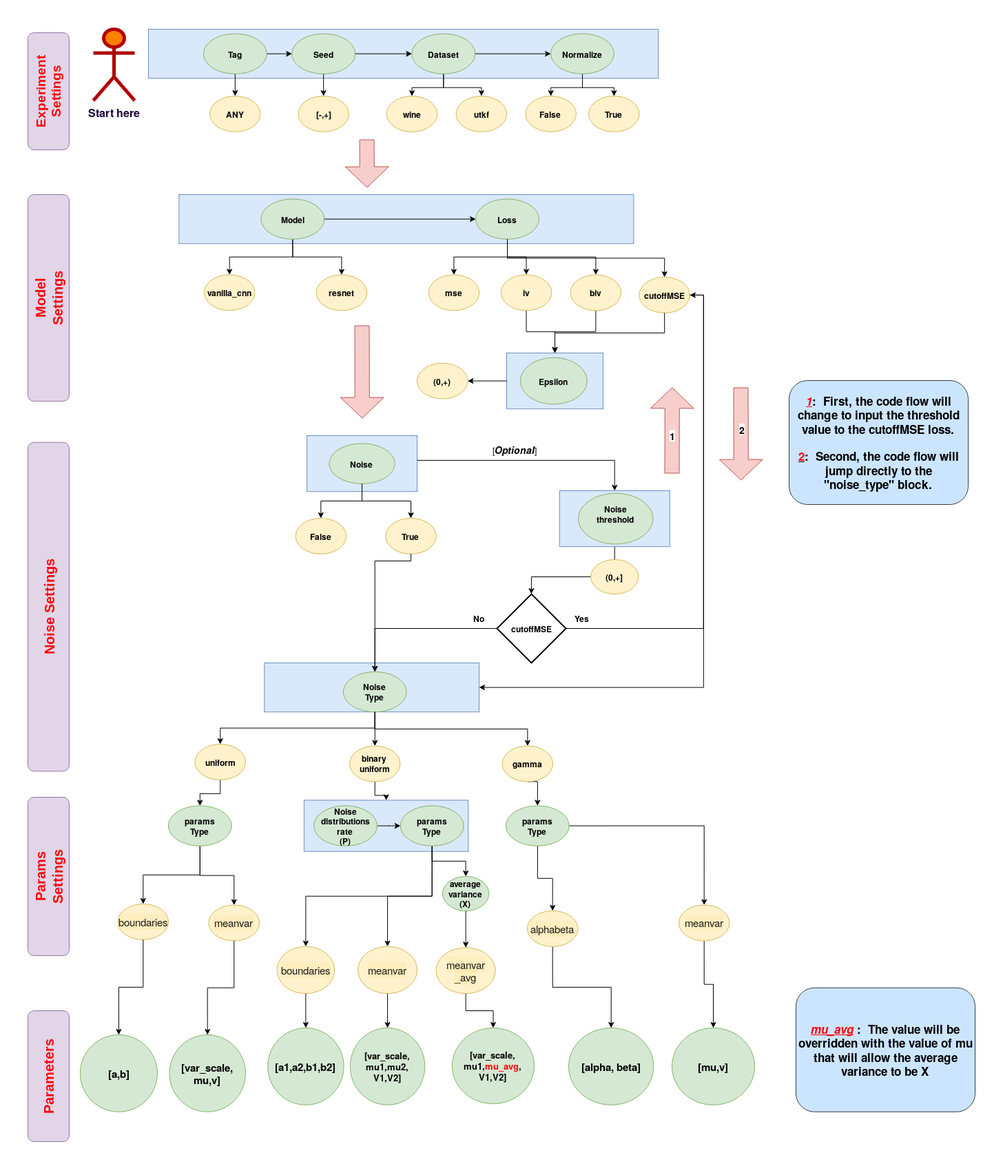
The draw.io diagram media/args.png in montrealrobotics/BIV, before a commit. Source tidied: cells renumbered, new cells last; positions are measured from the earlier drawing's top-left corner, leaving out a move shared by most shapes.
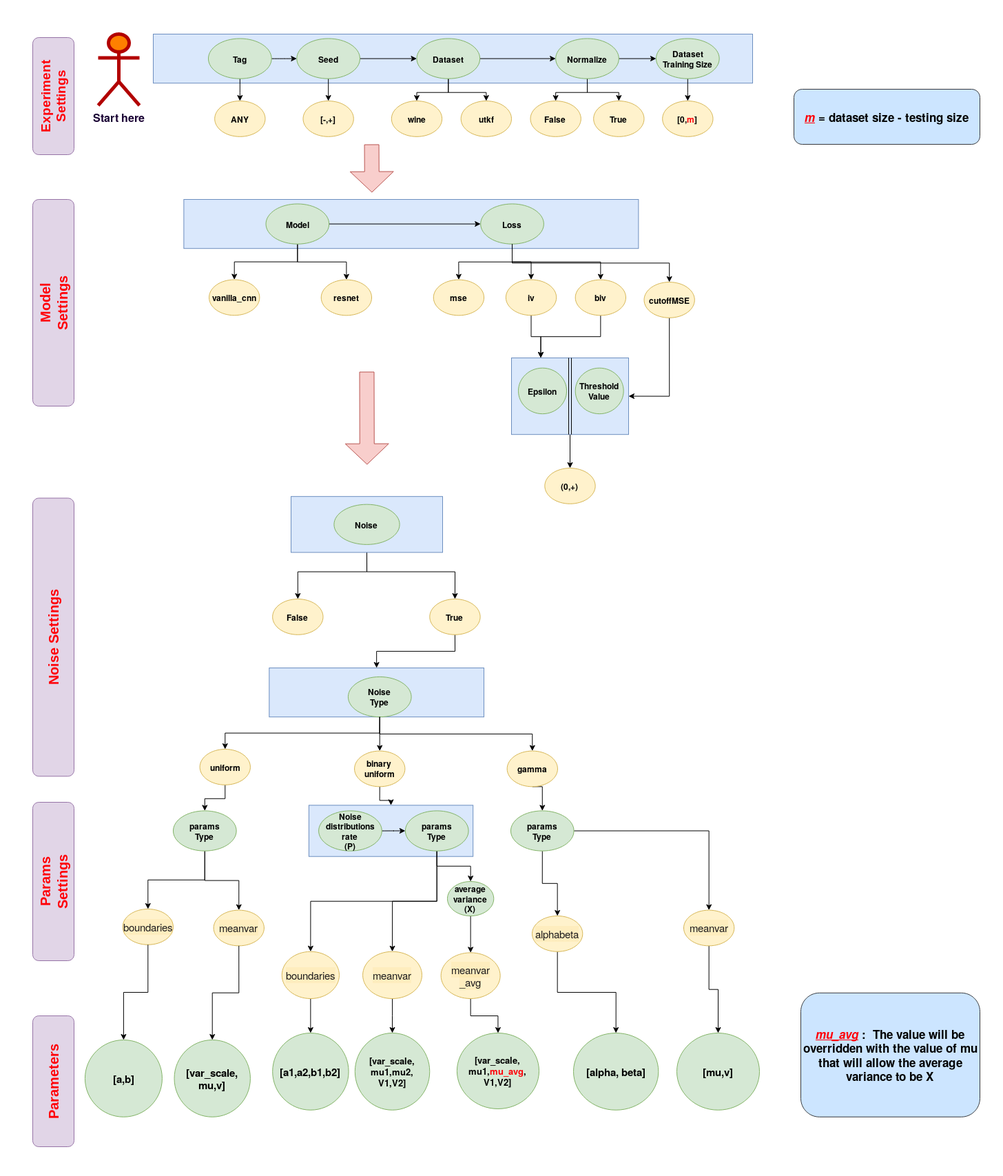
The same diagram one commit later.

Commit message:
code refactoring

Change to the diagram source:
```diff
@@ -11,6 +11,6 @@
     <mxCell id="4" style="group;" parent="2" vertex="1">
-      <mxGeometry x="110" y="6.5" width="800" height="664.7" as="geometry" />
+      <mxGeometry x="110" y="6.5" width="870" height="664.7" as="geometry" />
     </mxCell>
     <mxCell id="5" style="rounded=0;whiteSpace=wrap;html=1;fillColor=#dae8fc;strokeColor=#6c8ebf;" parent="4" vertex="1">
-      <mxGeometry y="-6.5" width="740" height="71.2" as="geometry" />
+      <mxGeometry y="-6.5" width="870" height="71.2" as="geometry" />
     </mxCell>
@@ -52,2 +52,5 @@
     </mxCell>
+    <mxCell id="133" style="edgeStyle=orthogonalEdgeStyle;rounded=0;jettySize=auto;html=1;exitX=1;exitY=0.5;exitDx=0;exitDy=0;entryX=0;entryY=0.5;entryDx=0;entryDy=0;" parent="4" edge="1" source="18" target="138">
+      <mxGeometry relative="1" as="geometry" />
+    </mxCell>
     <mxCell id="18" value="Normalize" style="ellipse;whiteSpace=wrap;html=1;fillColor=#d5e8d4;strokeColor=#82b366;fontStyle=1;" parent="4" vertex="1">
@@ -74,10 +77,7 @@
     <mxCell id="25" style="group;" parent="4" vertex="1">
-      <mxGeometry y="174.7" width="670" height="490" as="geometry" />
+      <mxGeometry y="174.7" width="690" height="490" as="geometry" />
     </mxCell>
     <mxCell id="26" style="group;" parent="25" vertex="1">
-      <mxGeometry width="670" height="490" as="geometry" />
+      <mxGeometry width="690" height="490" as="geometry" />
     </mxCell>
-    <mxCell id="27" style="rounded=0;whiteSpace=wrap;html=1;fillColor=#dae8fc;strokeColor=#6c8ebf;" parent="26" vertex="1">
-      <mxGeometry x="230" y="408.8" width="160" height="81.2" as="geometry" />
-    </mxCell>
     <mxCell id="28" style="rounded=0;whiteSpace=wrap;html=1;fillColor=#dae8fc;strokeColor=#6c8ebf;" parent="26" vertex="1">
@@ -103,3 +103,3 @@
     </mxCell>
-    <mxCell id="35" style="edgeStyle=orthogonalEdgeStyle;rounded=0;jettySize=auto;html=1;exitX=0.5;exitY=1;exitDx=0;exitDy=0;entryX=0.5;entryY=0;entryDx=0;entryDy=0;" parent="26" edge="1" source="36" target="40">
+    <mxCell id="35" style="edgeStyle=orthogonalEdgeStyle;rounded=0;jettySize=auto;html=1;exitX=0.5;exitY=1;exitDx=0;exitDy=0;" parent="26" edge="1" source="36" target="40">
       <mxGeometry relative="1" as="geometry" />
@@ -109,3 +109,3 @@
     </mxCell>
-    <mxCell id="37" style="edgeStyle=orthogonalEdgeStyle;rounded=0;jettySize=auto;html=1;exitX=0.5;exitY=1;exitDx=0;exitDy=0;entryX=0.5;entryY=0;entryDx=0;entryDy=0;" parent="26" edge="1" source="38" target="47">
+    <mxCell id="37" style="edgeStyle=orthogonalEdgeStyle;rounded=0;jettySize=auto;html=1;exitX=0.5;exitY=1;exitDx=0;exitDy=0;entryX=0.25;entryY=0;entryDx=0;entryDy=0;" parent="26" edge="1" source="38" target="47">
       <mxGeometry relative="1" as="geometry" />
@@ -115,3 +115,3 @@
     </mxCell>
-    <mxCell id="39" style="edgeStyle=orthogonalEdgeStyle;rounded=0;jettySize=auto;html=1;exitX=0.5;exitY=1;exitDx=0;exitDy=0;entryX=0.5;entryY=0;entryDx=0;entryDy=0;" parent="26" edge="1" source="40" target="47">
+    <mxCell id="39" style="edgeStyle=orthogonalEdgeStyle;rounded=0;jettySize=auto;html=1;exitX=0.5;exitY=1;exitDx=0;exitDy=0;entryX=0.25;entryY=0;entryDx=0;entryDy=0;" parent="26" edge="1" source="40" target="47">
       <mxGeometry relative="1" as="geometry" />
@@ -132,4 +132,4 @@
       <mxGeometry relative="1" as="geometry">
-        <mxPoint x="310" y="248.8" as="sourcePoint" />
-        <mxPoint x="310.3" y="383.8" as="targetPoint" />
+        <mxPoint x="310" y="308.8" as="sourcePoint" />
+        <mxPoint x="310.3" y="443.8" as="targetPoint" />
       </mxGeometry>
@@ -137,3 +137,3 @@
     <mxCell id="45" value="(0,+)" style="ellipse;whiteSpace=wrap;html=1;fillColor=#fff2cc;strokeColor=#d6b656;fontStyle=1;" parent="26" vertex="1">
-      <mxGeometry x="390" y="303.5" width="73.3" height="51.8" as="geometry" />
+      <mxGeometry x="568.3" y="448.8" width="73.3" height="51.8" as="geometry" />
     </mxCell>
@@ -145,14 +145,20 @@
     </mxCell>
+    <mxCell id="49" style="edgeStyle=orthogonalEdgeStyle;rounded=0;jettySize=auto;html=1;exitX=0.5;exitY=1;exitDx=0;exitDy=0;entryX=0.5;entryY=0;entryDx=0;entryDy=0;" parent="26" edge="1" source="47" target="45">
+      <mxGeometry relative="1" as="geometry" />
+    </mxCell>
     <mxCell id="47" style="rounded=0;whiteSpace=wrap;html=1;fillColor=#dae8fc;strokeColor=#6c8ebf;" parent="26" vertex="1">
-      <mxGeometry x="520" y="288.8" width="140" height="81.2" as="geometry" />
+      <mxGeometry x="520" y="288.8" width="170" height="111.2" as="geometry" />
     </mxCell>
     <mxCell id="48" value="&lt;div&gt;Epsilon&lt;br&gt;&lt;/div&gt;" style="ellipse;whiteSpace=wrap;html=1;fillColor=#d5e8d4;strokeColor=#82b366;fontStyle=1;" parent="26" vertex="1">
-      <mxGeometry x="540" y="295.7" width="96.7" height="67.4" as="geometry" />
+      <mxGeometry x="530" y="303.5" width="70" height="66.5" as="geometry" />
     </mxCell>
-    <mxCell id="49" style="edgeStyle=none;rounded=0;jettySize=auto;html=1;exitX=0;exitY=0.5;exitDx=0;exitDy=0;entryX=1;entryY=0.5;entryDx=0;entryDy=0;" parent="26" edge="1" source="47" target="45">
-      <mxGeometry relative="1" as="geometry" />
-    </mxCell>
-    <mxCell id="50" value="Noise" style="ellipse;whiteSpace=wrap;html=1;fillColor=#d5e8d4;strokeColor=#82b366;fontStyle=1;" parent="26" vertex="1">
-      <mxGeometry x="262.4" y="420.3" width="95.2" height="58.2" as="geometry" />
-    </mxCell>
+    <mxCell id="134" value="Threshold&lt;br&gt;Value" style="ellipse;whiteSpace=wrap;html=1;fillColor=#d5e8d4;strokeColor=#82b366;fontStyle=1;" parent="26" vertex="1">
+      <mxGeometry x="612.7" y="303.5" width="70" height="66.5" as="geometry" />
+    </mxCell>
+    <mxCell id="135" style="shape=link;html=1;entryX=0.5;entryY=0;entryDx=0;entryDy=0;exitX=0.5;exitY=1;exitDx=0;exitDy=0;" parent="26" edge="1" source="47" target="47">
+      <mxGeometry relative="1" as="geometry" />
+    </mxCell>
+    <mxCell id="136" style="edgeStyle=orthogonalEdgeStyle;rounded=0;jettySize=auto;html=1;exitX=0.5;exitY=1;exitDx=0;exitDy=0;entryX=1;entryY=0.5;entryDx=0;entryDy=0;" parent="4" edge="1" source="51" target="47">
+      <mxGeometry relative="1" as="geometry" />
+    </mxCell>
     <mxCell id="51" value="cutoffMSE" style="ellipse;whiteSpace=wrap;html=1;fillColor=#fff2cc;strokeColor=#d6b656;fontStyle=1;" parent="4" vertex="1">
@@ -163,36 +169,17 @@
     </mxCell>
-    <mxCell id="53" style="shape=flexArrow;endArrow=classic;html=1;endWidth=41;endSize=9.62;width=21;fillColor=#f8cecc;strokeColor=#b85450;" parent="4" edge="1">
-      <mxGeometry relative="1" as="geometry">
-        <mxPoint x="760" y="638.5" as="sourcePoint" />
-        <mxPoint x="760.3" y="513.5" as="targetPoint" />
-      </mxGeometry>
-    </mxCell>
-    <mxCell id="54" value="&lt;font style=&quot;font-size: 14px&quot;&gt;&lt;b&gt;1&lt;/b&gt;&lt;/font&gt;" style="edgeLabel;html=1;align=center;verticalAlign=middle;" parent="53" vertex="1">
-      <mxGeometry x="-0.17" y="-3" relative="1" as="geometry">
-        <mxPoint x="-3.1" y="-3" as="offset" />
-      </mxGeometry>
-    </mxCell>
-    <mxCell id="55" style="edgeStyle=orthogonalEdgeStyle;rounded=0;jettySize=auto;html=1;exitX=1;exitY=0.5;exitDx=0;exitDy=0;entryX=0.5;entryY=0;entryDx=0;entryDy=0;" parent="2" edge="1" target="60">
-      <mxGeometry relative="1" as="geometry">
-        <mxPoint x="500" y="625.9" as="sourcePoint" />
-      </mxGeometry>
-    </mxCell>
+    <mxCell id="137" style="edgeStyle=orthogonalEdgeStyle;rounded=0;jettySize=auto;html=1;exitX=0.5;exitY=1;exitDx=0;exitDy=0;" parent="4" edge="1" source="138" target="139">
+      <mxGeometry relative="1" as="geometry" />
+    </mxCell>
+    <mxCell id="138" value="Dataset Training Size" style="ellipse;whiteSpace=wrap;html=1;fillColor=#d5e8d4;strokeColor=#82b366;fontStyle=1;" parent="4" vertex="1">
+      <mxGeometry x="730" width="91.7" height="58.2" as="geometry" />
+    </mxCell>
+    <mxCell id="139" value="[0,&lt;font color=&quot;#FF0008&quot;&gt;m&lt;/font&gt;]" style="ellipse;whiteSpace=wrap;html=1;fillColor=#fff2cc;strokeColor=#d6b656;fontStyle=1;" parent="4" vertex="1">
+      <mxGeometry x="739.2" y="90.6" width="73.3" height="51.8" as="geometry" />
+    </mxCell>
+    <mxCell id="140" style="edgeStyle=orthogonalEdgeStyle;rounded=0;jettySize=auto;html=1;exitX=0.5;exitY=1;exitDx=0;exitDy=0;entryX=0.5;entryY=0;entryDx=0;entryDy=0;" parent="2" edge="1" source="56" target="63">
+      <mxGeometry relative="1" as="geometry" />
+    </mxCell>
     <mxCell id="56" value="True" style="ellipse;whiteSpace=wrap;html=1;fillColor=#fff2cc;strokeColor=#d6b656;fontStyle=1;" parent="2" vertex="1">
-      <mxGeometry x="454.3" y="710" width="73.3" height="51.8" as="geometry" />
+      <mxGeometry x="511.3" y="820" width="73.3" height="51.8" as="geometry" />
     </mxCell>
-    <mxCell id="57" value="False" style="ellipse;whiteSpace=wrap;html=1;fillColor=#fff2cc;strokeColor=#d6b656;fontStyle=1;" parent="2" vertex="1">
-      <mxGeometry x="323.7" y="710" width="73.3" height="51.8" as="geometry" />
-    </mxCell>
-    <mxCell id="58" style="edgeStyle=orthogonalEdgeStyle;rounded=0;jettySize=auto;html=1;exitX=1;exitY=0.5;exitDx=0;exitDy=0;entryX=1;entryY=0.5;entryDx=0;entryDy=0;exitPerimeter=0;" parent="2" edge="1" source="105" target="51">
-      <mxGeometry relative="1" as="geometry" />
-    </mxCell>
-    <mxCell id="59" style="edgeStyle=orthogonalEdgeStyle;rounded=0;jettySize=auto;html=1;exitX=0.5;exitY=1;exitDx=0;exitDy=0;" parent="2" edge="1" source="60" target="108">
-      <mxGeometry relative="1" as="geometry" />
-    </mxCell>
-    <mxCell id="60" style="rounded=0;whiteSpace=wrap;html=1;fillColor=#dae8fc;strokeColor=#6c8ebf;" parent="2" vertex="1">
-      <mxGeometry x="706.7" y="670" width="160" height="81.2" as="geometry" />
-    </mxCell>
-    <mxCell id="61" value="&lt;div&gt;Noise&lt;/div&gt;&lt;div&gt;threshold&lt;/div&gt;&lt;div&gt;&lt;br&gt;&lt;/div&gt;" style="ellipse;whiteSpace=wrap;html=1;fillColor=#d5e8d4;strokeColor=#82b366;fontStyle=1;" parent="2" vertex="1">
-      <mxGeometry x="734" y="673.8" width="108.3" height="73.6" as="geometry" />
-    </mxCell>
     <mxCell id="62" style="group;fontStyle=1;" parent="2" vertex="1">
@@ -203,2 +190,5 @@
     </mxCell>
+    <mxCell id="57" value="False" style="ellipse;whiteSpace=wrap;html=1;fillColor=#fff2cc;strokeColor=#d6b656;fontStyle=1;" parent="62" vertex="1">
+      <mxGeometry x="144.2" y="7.1" width="73.3" height="51.8" as="geometry" />
+    </mxCell>
     <mxCell id="64" style="edgeStyle=orthogonalEdgeStyle;rounded=0;jettySize=auto;html=1;exitX=0.5;exitY=1;exitDx=0;exitDy=0;entryX=0.5;entryY=0;entryDx=0;entryDy=0;" parent="2" edge="1" source="65" target="94">
@@ -323,31 +313,8 @@
     </mxCell>
-    <mxCell id="104" value="[&lt;font style=&quot;font-size: 14px&quot;&gt;&lt;b&gt;&lt;i&gt;&lt;span&gt;Optional&lt;/span&gt;&lt;/i&gt;&lt;/b&gt;&lt;/font&gt;]" style="text;html=1;align=center;verticalAlign=middle;" parent="2" vertex="1">
-      <mxGeometry x="601.3" y="600" width="80" height="20" as="geometry" />
-    </mxCell>
-    <mxCell id="105" value="&lt;b&gt;cutoffMSE&lt;/b&gt;" style="strokeWidth=2;html=1;shape=mxgraph.flowchart.decision;whiteSpace=wrap;" parent="2" vertex="1">
-      <mxGeometry x="615.9" y="820" width="100" height="100" as="geometry" />
-    </mxCell>
-    <mxCell id="106" value="&lt;b&gt;Yes&lt;/b&gt;" style="text;html=1;align=center;verticalAlign=middle;" parent="2" vertex="1">
-      <mxGeometry x="719.2" y="845.3" width="40" height="20" as="geometry" />
-    </mxCell>
-    <mxCell id="107" style="edgeStyle=orthogonalEdgeStyle;rounded=0;jettySize=auto;html=1;exitX=0;exitY=0.5;exitDx=0;exitDy=0;entryX=0.5;entryY=0;entryDx=0;entryDy=0;entryPerimeter=0;" parent="2" edge="1" source="108" target="105">
-      <mxGeometry relative="1" as="geometry" />
-    </mxCell>
-    <mxCell id="108" value="(0,+]" style="ellipse;whiteSpace=wrap;html=1;fillColor=#fff2cc;strokeColor=#d6b656;fontStyle=1;" parent="2" vertex="1">
-      <mxGeometry x="752.2" y="770" width="69.1" height="50" as="geometry" />
-    </mxCell>
-    <mxCell id="109" style="edgeStyle=orthogonalEdgeStyle;rounded=0;jettySize=auto;html=1;exitX=1;exitY=0.5;exitDx=0;exitDy=0;entryX=1;entryY=0.5;entryDx=0;entryDy=0;" parent="2" edge="1" source="51" target="63">
-      <mxGeometry relative="1" as="geometry" />
-    </mxCell>
-    <mxCell id="110" style="shape=flexArrow;endArrow=classic;html=1;endWidth=41;endSize=9.62;width=21;fillColor=#f8cecc;strokeColor=#b85450;" parent="2" edge="1">
-      <mxGeometry relative="1" as="geometry">
-        <mxPoint x="970" y="520" as="sourcePoint" />
-        <mxPoint x="970.3" y="655" as="targetPoint" />
-      </mxGeometry>
-    </mxCell>
-    <mxCell id="111" value="&lt;font style=&quot;font-size: 14px&quot;&gt;&lt;b&gt;2&lt;/b&gt;&lt;/font&gt;" style="edgeLabel;html=1;align=center;verticalAlign=middle;" parent="110" vertex="1">
-      <mxGeometry x="0.04" y="7" relative="1" as="geometry">
-        <mxPoint x="-7.2" y="-10" as="offset" />
-      </mxGeometry>
-    </mxCell>
+    <mxCell id="27" style="rounded=0;whiteSpace=wrap;html=1;fillColor=#dae8fc;strokeColor=#6c8ebf;" parent="2" vertex="1">
+      <mxGeometry x="310" y="671.2" width="220" height="81.2" as="geometry" />
+    </mxCell>
+    <mxCell id="50" value="Noise" style="ellipse;whiteSpace=wrap;html=1;fillColor=#d5e8d4;strokeColor=#82b366;fontStyle=1;" parent="2" vertex="1">
+      <mxGeometry x="372.4" y="682.6" width="95.2" height="58.2" as="geometry" />
+    </mxCell>
     <mxCell id="112" value="&lt;p dir=&quot;ltr&quot; style=&quot;line-height: 1.2 ; text-align: center ; margin-top: 0pt ; margin-bottom: 0pt ; font-size: 20px&quot; id=&quot;docs-internal-guid-8ae002db-7fff-8ba6-8505-895e2b272312&quot;&gt;&lt;font style=&quot;font-size: 20px&quot; color=&quot;#FF0008&quot;&gt;&lt;b&gt;&lt;span style=&quot;font-family: &amp;#34;arial&amp;#34; ; background-color: transparent ; font-style: normal ; font-variant: normal ; text-decoration: none ; vertical-align: baseline&quot;&gt;Model&lt;/span&gt;&lt;/b&gt;&lt;/font&gt;&lt;/p&gt;&lt;p dir=&quot;ltr&quot; style=&quot;line-height: 1.2 ; text-align: center ; margin-top: 0pt ; margin-bottom: 0pt ; font-size: 20px&quot;&gt;&lt;font style=&quot;font-size: 20px&quot; color=&quot;#FF0008&quot;&gt;&lt;b&gt;&lt;span style=&quot;font-family: &amp;#34;arial&amp;#34; ; background-color: transparent ; font-style: normal ; font-variant: normal ; text-decoration: none ; vertical-align: baseline&quot;&gt;Settings&lt;/span&gt;&lt;/b&gt;&lt;/font&gt;&lt;/p&gt;" style="rounded=1;whiteSpace=wrap;html=1;rotation=-90;fillColor=#e1d5e7;strokeColor=#9673a6;" parent="1" vertex="1">
@@ -362,3 +329,3 @@
     <mxCell id="115" value="&lt;p dir=&quot;ltr&quot; style=&quot;line-height: 1.2 ; text-align: center ; margin-top: 0pt ; margin-bottom: 0pt ; font-size: 20px&quot; id=&quot;docs-internal-guid-8ae002db-7fff-8ba6-8505-895e2b272312&quot;&gt;&lt;font style=&quot;font-size: 20px&quot; color=&quot;#FF0008&quot;&gt;&lt;b&gt;&lt;span style=&quot;font-family: &amp;#34;arial&amp;#34; ; background-color: transparent ; font-style: normal ; font-variant: normal ; text-decoration: none ; vertical-align: baseline&quot;&gt;Noise Settings&lt;/span&gt;&lt;/b&gt;&lt;/font&gt;&lt;/p&gt;" style="rounded=1;whiteSpace=wrap;html=1;rotation=-90;fillColor=#e1d5e7;strokeColor=#9673a6;" parent="1" vertex="1">
-      <mxGeometry x="0.2" y="808.5" width="477.5" height="60" as="geometry" />
+      <mxGeometry x="37.1" y="845.4" width="403.8" height="60" as="geometry" />
     </mxCell>
@@ -391,9 +358,2 @@
     </mxCell>
-    <mxCell id="125" style="edgeStyle=orthogonalEdgeStyle;rounded=0;jettySize=auto;html=1;exitX=0.5;exitY=1;exitDx=0;exitDy=0;entryX=0.5;entryY=0;entryDx=0;entryDy=0;" parent="1" edge="1" source="56" target="121">
-      <mxGeometry relative="1" as="geometry">
-        <Array as="points">
-          <mxPoint x="713" y="772" />
-        </Array>
-      </mxGeometry>
-    </mxCell>
     <mxCell id="126" value="&lt;p dir=&quot;ltr&quot; style=&quot;line-height: 1.2 ; text-align: center ; margin-top: 0pt ; margin-bottom: 0pt ; font-size: 20px&quot; id=&quot;docs-internal-guid-8ae002db-7fff-8ba6-8505-895e2b272312&quot;&gt;&lt;font style=&quot;font-size: 20px&quot; color=&quot;#FF0008&quot;&gt;&lt;b&gt;&lt;span style=&quot;font-family: &amp;#34;arial&amp;#34; ; background-color: transparent ; font-style: normal ; font-variant: normal ; text-decoration: none ; vertical-align: baseline&quot;&gt;Parameters&lt;/span&gt;&lt;/b&gt;&lt;/font&gt;&lt;/p&gt;" style="rounded=1;whiteSpace=wrap;html=1;rotation=-90;fillColor=#e1d5e7;strokeColor=#9673a6;" parent="1" vertex="1">
@@ -407,16 +367,5 @@
     </mxCell>
-    <mxCell id="129" value="&lt;b&gt;No&lt;/b&gt;" style="text;html=1;align=center;verticalAlign=middle;" parent="1" vertex="1">
-      <mxGeometry x="848.2" y="845.3" width="30" height="20" as="geometry" />
-    </mxCell>
-    <mxCell id="130" style="edgeStyle=orthogonalEdgeStyle;rounded=0;jettySize=auto;html=1;exitX=0.5;exitY=1;exitDx=0;exitDy=0;" parent="1" edge="1" source="51">
-      <mxGeometry relative="1" as="geometry">
-        <mxPoint x="974" y="470" as="targetPoint" />
-      </mxGeometry>
-    </mxCell>
-    <mxCell id="131" style="edgeStyle=orthogonalEdgeStyle;rounded=0;jettySize=auto;html=1;exitX=0;exitY=0.5;exitDx=0;exitDy=0;exitPerimeter=0;entryX=0.5;entryY=0;entryDx=0;entryDy=0;" parent="1" edge="1" source="105" target="121">
-      <mxGeometry relative="1" as="geometry" />
-    </mxCell>
-    <mxCell id="132" value="&lt;div style=&quot;font-size: 17px&quot;&gt;&lt;font style=&quot;font-size: 17px&quot;&gt;&lt;font color=&quot;#FF0008&quot;&gt;&lt;i&gt;&lt;u&gt;&lt;font style=&quot;font-size: 17px&quot;&gt;1&lt;/font&gt;&lt;/u&gt;&lt;/i&gt;&lt;/font&gt;:&amp;nbsp; First, the code flow will change to input the threshold value to the cutoffMSE loss.&lt;br&gt;&lt;/font&gt;&lt;/div&gt;&lt;div&gt;&lt;br&gt;&lt;/div&gt;&lt;div&gt;&lt;div style=&quot;font-size: 17px&quot;&gt;&lt;font style=&quot;font-size: 17px&quot;&gt;&lt;u&gt;&lt;font color=&quot;#FF0008&quot;&gt;2&lt;/font&gt;&lt;/u&gt;:&amp;nbsp; Second, the code flow will jump directly to the &quot;noise_type&quot; block.&lt;br&gt;&lt;/font&gt;&lt;/div&gt;&lt;/div&gt;" style="rounded=1;whiteSpace=wrap;html=1;fillColor=#cce5ff;strokeColor=#36393d;fontStyle=1;fontSize=16;align=center;" parent="1" vertex="1">
-      <mxGeometry x="1314" y="510" width="260" height="180" as="geometry" />
-    </mxCell>
+    <mxCell id="141" value="&lt;div style=&quot;font-size: 17px&quot;&gt;&lt;font style=&quot;font-size: 17px&quot;&gt;&lt;font color=&quot;#FF0008&quot;&gt;&lt;u&gt;&lt;i&gt;m&lt;/i&gt;&lt;/u&gt;&lt;/font&gt; = dataset size - testing size&lt;br&gt;&lt;/font&gt;&lt;/div&gt;" style="rounded=1;whiteSpace=wrap;html=1;fillColor=#cce5ff;strokeColor=#36393d;fontStyle=1;fontSize=16;align=center;" parent="1" vertex="1">
+      <mxGeometry x="1314" y="80" width="270" height="80" as="geometry" />
+    </mxCell>
   </root>
```
